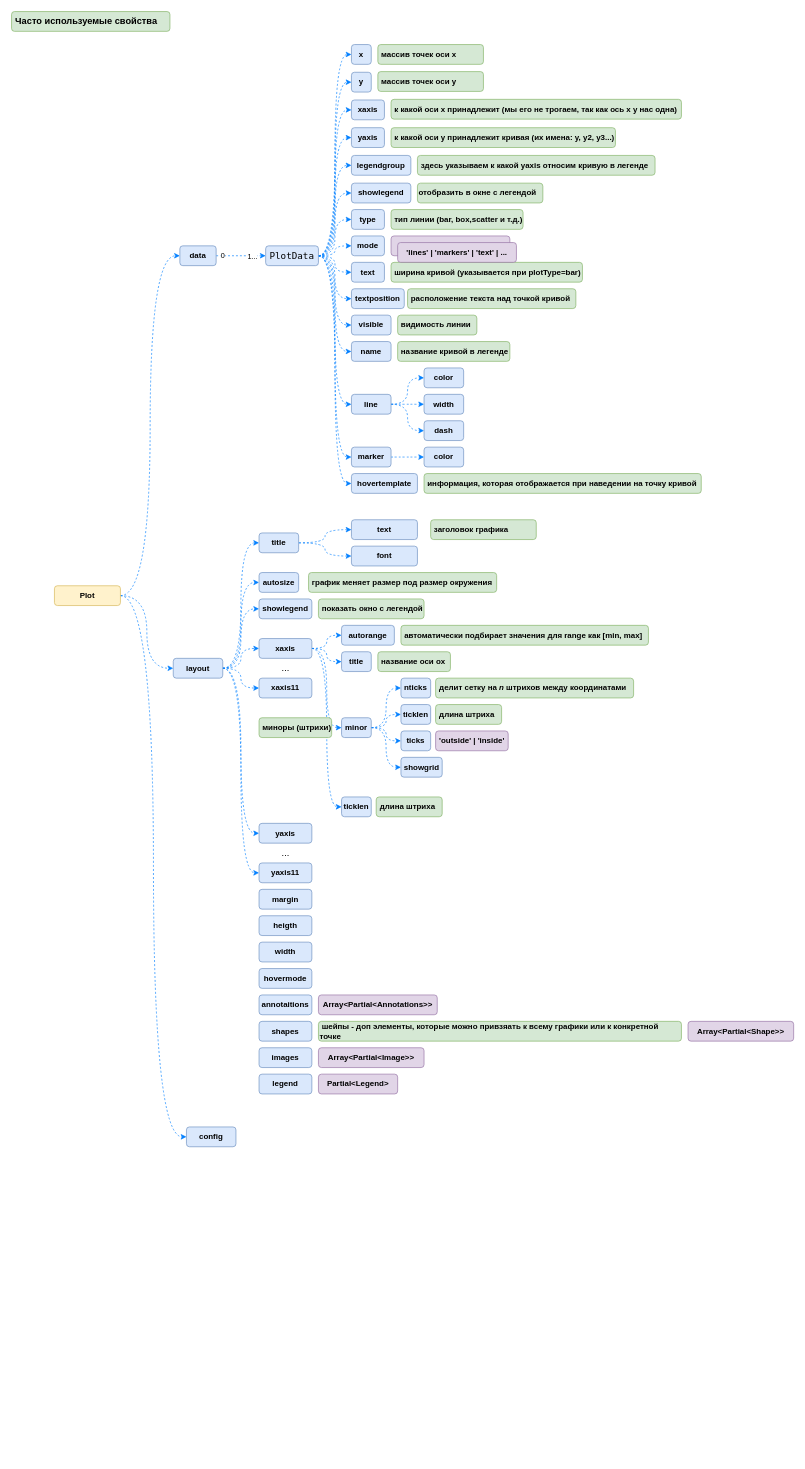
Before: Plotly.drawio in orlov-oleg-developer/asuter-UML, a draw.io diagram. Source tidied: cells renumbered, new cells numbered last; positions are measured from the earlier drawing's top-left corner, leaving out a move shared by most shapes. Both pictures are drawn from the tidied source at 66%, with x=0, y=0 at pixel (11, 11).
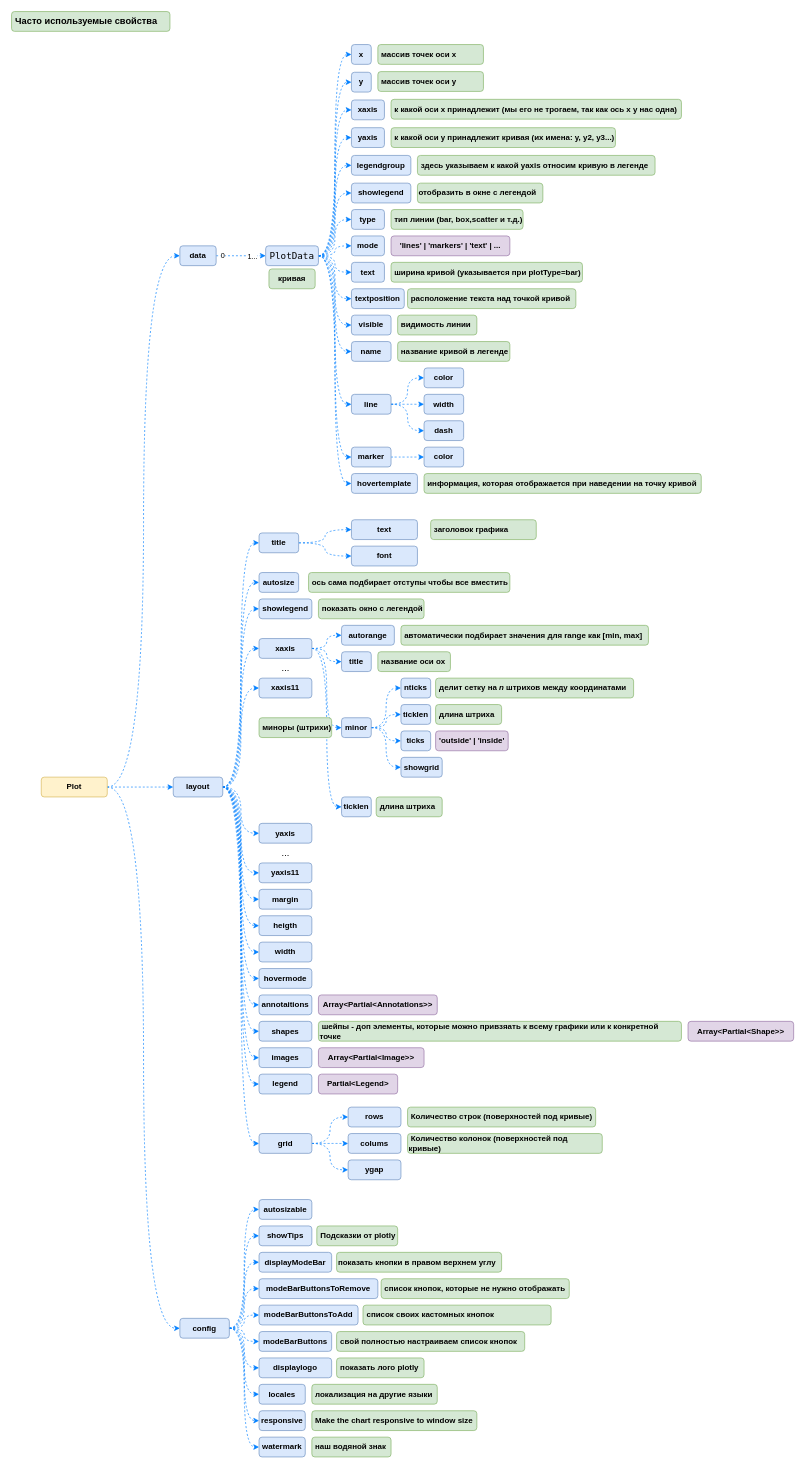
Above is the later version.

The change refers to these unchanged cells:
```xml
<mxCell id="112" value="margin" style="rounded=1;whiteSpace=wrap;html=1;fillColor=#dae8fc;strokeColor=#6c8ebf;fontStyle=1;" parent="1" vertex="1">
  <mxGeometry x="375" y="1330" width="80" height="30" as="geometry" />
</mxCell>
<mxCell id="113" value="heigth" style="rounded=1;whiteSpace=wrap;html=1;fillColor=#dae8fc;strokeColor=#6c8ebf;fontStyle=1;" parent="1" vertex="1">
  <mxGeometry x="375" y="1370" width="80" height="30" as="geometry" />
</mxCell>
<mxCell id="114" value="width" style="rounded=1;whiteSpace=wrap;html=1;fillColor=#dae8fc;strokeColor=#6c8ebf;fontStyle=1;" parent="1" vertex="1">
  <mxGeometry x="375" y="1410" width="80" height="30" as="geometry" />
</mxCell>
<mxCell id="115" value="hovermode" style="rounded=1;whiteSpace=wrap;html=1;fillColor=#dae8fc;strokeColor=#6c8ebf;fontStyle=1;" parent="1" vertex="1">
  <mxGeometry x="375" y="1450" width="80" height="30" as="geometry" />
</mxCell>
<mxCell id="116" value="shapes" style="rounded=1;whiteSpace=wrap;html=1;fillColor=#dae8fc;strokeColor=#6c8ebf;fontStyle=1;" parent="1" vertex="1">
  <mxGeometry x="375" y="1530" width="80" height="30" as="geometry" />
</mxCell>
<mxCell id="118" value="images" style="rounded=1;whiteSpace=wrap;html=1;fillColor=#dae8fc;strokeColor=#6c8ebf;fontStyle=1;" parent="1" vertex="1">
  <mxGeometry x="375" y="1570" width="80" height="30" as="geometry" />
</mxCell>
<mxCell id="119" value="legend" style="rounded=1;whiteSpace=wrap;html=1;fillColor=#dae8fc;strokeColor=#6c8ebf;fontStyle=1;" parent="1" vertex="1">
  <mxGeometry x="375" y="1610" width="80" height="30" as="geometry" />
</mxCell>
<mxCell id="120" value="annotaitions" style="rounded=1;whiteSpace=wrap;html=1;fillColor=#dae8fc;strokeColor=#6c8ebf;fontStyle=1;" parent="1" vertex="1">
  <mxGeometry x="375" y="1490" width="80" height="30" as="geometry" />
</mxCell>
```

Change to the diagram source:
```diff
@@
     <mxCell id="5" value="Plot" style="rounded=1;whiteSpace=wrap;html=1;fillColor=#fff2cc;strokeColor=#d6b656;fontStyle=1;" parent="1" vertex="1">
-      <mxGeometry x="65" y="870" width="100" height="30" as="geometry" />
+      <mxGeometry x="45" y="1160" width="100" height="30" as="geometry" />
     </mxCell>
@@
+    <mxCell id="125" style="edgeStyle=orthogonalEdgeStyle;shape=connector;curved=1;rounded=0;jettySize=auto;html=1;entryX=0;entryY=0.5;entryDx=0;entryDy=0;dashed=1;labelBackgroundColor=default;strokeColor=#007FFF;align=center;verticalAlign=middle;fontFamily=Helvetica;fontSize=11;fontColor=default;endArrow=classic;fillColor=#dae8fc;" parent="1" edge="1" source="17" target="112">
+      <mxGeometry relative="1" as="geometry" />
+    </mxCell>
+    <mxCell id="126" style="edgeStyle=orthogonalEdgeStyle;shape=connector;curved=1;rounded=0;jettySize=auto;html=1;entryX=0;entryY=0.5;entryDx=0;entryDy=0;dashed=1;labelBackgroundColor=default;strokeColor=#007FFF;align=center;verticalAlign=middle;fontFamily=Helvetica;fontSize=11;fontColor=default;endArrow=classic;fillColor=#dae8fc;" parent="1" edge="1" source="17" target="113">
+      <mxGeometry relative="1" as="geometry" />
+    </mxCell>
+    <mxCell id="127" style="edgeStyle=orthogonalEdgeStyle;shape=connector;curved=1;rounded=0;jettySize=auto;html=1;entryX=0;entryY=0.5;entryDx=0;entryDy=0;dashed=1;labelBackgroundColor=default;strokeColor=#007FFF;align=center;verticalAlign=middle;fontFamily=Helvetica;fontSize=11;fontColor=default;endArrow=classic;fillColor=#dae8fc;" parent="1" edge="1" source="17" target="114">
+      <mxGeometry relative="1" as="geometry" />
+    </mxCell>
+    <mxCell id="128" style="edgeStyle=orthogonalEdgeStyle;shape=connector;curved=1;rounded=0;jettySize=auto;html=1;entryX=0;entryY=0.5;entryDx=0;entryDy=0;dashed=1;labelBackgroundColor=default;strokeColor=#007FFF;align=center;verticalAlign=middle;fontFamily=Helvetica;fontSize=11;fontColor=default;endArrow=classic;fillColor=#dae8fc;" parent="1" edge="1" source="17" target="115">
+      <mxGeometry relative="1" as="geometry" />
+    </mxCell>
+    <mxCell id="129" style="edgeStyle=orthogonalEdgeStyle;shape=connector;curved=1;rounded=0;jettySize=auto;html=1;entryX=0;entryY=0.5;entryDx=0;entryDy=0;dashed=1;labelBackgroundColor=default;strokeColor=#007FFF;align=center;verticalAlign=middle;fontFamily=Helvetica;fontSize=11;fontColor=default;endArrow=classic;fillColor=#dae8fc;" parent="1" edge="1" source="17" target="120">
+      <mxGeometry relative="1" as="geometry" />
+    </mxCell>
+    <mxCell id="130" style="edgeStyle=orthogonalEdgeStyle;shape=connector;curved=1;rounded=0;jettySize=auto;html=1;entryX=0;entryY=0.5;entryDx=0;entryDy=0;dashed=1;labelBackgroundColor=default;strokeColor=#007FFF;align=center;verticalAlign=middle;fontFamily=Helvetica;fontSize=11;fontColor=default;endArrow=classic;fillColor=#dae8fc;" parent="1" edge="1" source="17" target="116">
+      <mxGeometry relative="1" as="geometry" />
+    </mxCell>
+    <mxCell id="131" style="edgeStyle=orthogonalEdgeStyle;shape=connector;curved=1;rounded=0;jettySize=auto;html=1;entryX=0;entryY=0.5;entryDx=0;entryDy=0;dashed=1;labelBackgroundColor=default;strokeColor=#007FFF;align=center;verticalAlign=middle;fontFamily=Helvetica;fontSize=11;fontColor=default;endArrow=classic;fillColor=#dae8fc;" parent="1" edge="1" source="17" target="118">
+      <mxGeometry relative="1" as="geometry" />
+    </mxCell>
+    <mxCell id="132" style="edgeStyle=orthogonalEdgeStyle;shape=connector;curved=1;rounded=0;jettySize=auto;html=1;entryX=0;entryY=0.5;entryDx=0;entryDy=0;dashed=1;labelBackgroundColor=default;strokeColor=#007FFF;align=center;verticalAlign=middle;fontFamily=Helvetica;fontSize=11;fontColor=default;endArrow=classic;fillColor=#dae8fc;" parent="1" edge="1" source="17" target="119">
+      <mxGeometry relative="1" as="geometry" />
+    </mxCell>
+    <mxCell id="133" style="edgeStyle=orthogonalEdgeStyle;shape=connector;curved=1;rounded=0;jettySize=auto;html=1;entryX=0;entryY=0.5;entryDx=0;entryDy=0;dashed=1;labelBackgroundColor=default;strokeColor=#007FFF;align=center;verticalAlign=middle;fontFamily=Helvetica;fontSize=11;fontColor=default;endArrow=classic;fillColor=#dae8fc;" parent="1" edge="1" source="17" target="148">
+      <mxGeometry relative="1" as="geometry" />
+    </mxCell>
     <mxCell id="17" value="layout" style="rounded=1;whiteSpace=wrap;html=1;fillColor=#dae8fc;strokeColor=#6c8ebf;fontStyle=1;" parent="1" vertex="1">
-      <mxGeometry x="245" y="980" width="75" height="30" as="geometry" />
+      <mxGeometry x="245" y="1160" width="75" height="30" as="geometry" />
     </mxCell>
+    <mxCell id="134" style="edgeStyle=orthogonalEdgeStyle;shape=connector;curved=1;rounded=0;jettySize=auto;html=1;entryX=0;entryY=0.5;entryDx=0;entryDy=0;dashed=1;labelBackgroundColor=default;strokeColor=#007FFF;align=center;verticalAlign=middle;fontFamily=Helvetica;fontSize=11;fontColor=default;endArrow=classic;fillColor=#dae8fc;" parent="1" edge="1" source="18" target="154">
+      <mxGeometry relative="1" as="geometry" />
+    </mxCell>
+    <mxCell id="135" style="edgeStyle=orthogonalEdgeStyle;shape=connector;curved=1;rounded=0;jettySize=auto;html=1;entryX=0;entryY=0.5;entryDx=0;entryDy=0;dashed=1;labelBackgroundColor=default;strokeColor=#007FFF;align=center;verticalAlign=middle;fontFamily=Helvetica;fontSize=11;fontColor=default;endArrow=classic;fillColor=#dae8fc;" parent="1" edge="1" source="18" target="155">
+      <mxGeometry relative="1" as="geometry" />
+    </mxCell>
+    <mxCell id="136" style="edgeStyle=orthogonalEdgeStyle;shape=connector;curved=1;rounded=0;jettySize=auto;html=1;entryX=0;entryY=0.5;entryDx=0;entryDy=0;dashed=1;labelBackgroundColor=default;strokeColor=#007FFF;align=center;verticalAlign=middle;fontFamily=Helvetica;fontSize=11;fontColor=default;endArrow=classic;fillColor=#dae8fc;" parent="1" edge="1" source="18" target="157">
+      <mxGeometry relative="1" as="geometry" />
+    </mxCell>
+    <mxCell id="137" style="edgeStyle=orthogonalEdgeStyle;shape=connector;curved=1;rounded=0;jettySize=auto;html=1;entryX=0;entryY=0.5;entryDx=0;entryDy=0;dashed=1;labelBackgroundColor=default;strokeColor=#007FFF;align=center;verticalAlign=middle;fontFamily=Helvetica;fontSize=11;fontColor=default;endArrow=classic;fillColor=#dae8fc;" parent="1" edge="1" source="18" target="159">
+      <mxGeometry relative="1" as="geometry" />
+    </mxCell>
+    <mxCell id="138" style="edgeStyle=orthogonalEdgeStyle;shape=connector;curved=1;rounded=0;jettySize=auto;html=1;entryX=0;entryY=0.5;entryDx=0;entryDy=0;dashed=1;labelBackgroundColor=default;strokeColor=#007FFF;align=center;verticalAlign=middle;fontFamily=Helvetica;fontSize=11;fontColor=default;endArrow=classic;fillColor=#dae8fc;" parent="1" edge="1" source="18" target="161">
+      <mxGeometry relative="1" as="geometry" />
+    </mxCell>
+    <mxCell id="139" style="edgeStyle=orthogonalEdgeStyle;shape=connector;curved=1;rounded=0;jettySize=auto;html=1;entryX=0;entryY=0.5;entryDx=0;entryDy=0;dashed=1;labelBackgroundColor=default;strokeColor=#007FFF;align=center;verticalAlign=middle;fontFamily=Helvetica;fontSize=11;fontColor=default;endArrow=classic;fillColor=#dae8fc;" parent="1" edge="1" source="18" target="163">
+      <mxGeometry relative="1" as="geometry" />
+    </mxCell>
+    <mxCell id="140" style="edgeStyle=orthogonalEdgeStyle;shape=connector;curved=1;rounded=0;jettySize=auto;html=1;entryX=0;entryY=0.5;entryDx=0;entryDy=0;dashed=1;labelBackgroundColor=default;strokeColor=#007FFF;align=center;verticalAlign=middle;fontFamily=Helvetica;fontSize=11;fontColor=default;endArrow=classic;fillColor=#dae8fc;" parent="1" edge="1" source="18" target="165">
+      <mxGeometry relative="1" as="geometry" />
+    </mxCell>
+    <mxCell id="141" style="edgeStyle=orthogonalEdgeStyle;shape=connector;curved=1;rounded=0;jettySize=auto;html=1;entryX=0;entryY=0.5;entryDx=0;entryDy=0;dashed=1;labelBackgroundColor=default;strokeColor=#007FFF;align=center;verticalAlign=middle;fontFamily=Helvetica;fontSize=11;fontColor=default;endArrow=classic;fillColor=#dae8fc;" parent="1" edge="1" source="18" target="167">
+      <mxGeometry relative="1" as="geometry" />
+    </mxCell>
+    <mxCell id="142" style="edgeStyle=orthogonalEdgeStyle;shape=connector;curved=1;rounded=0;jettySize=auto;html=1;entryX=0;entryY=0.5;entryDx=0;entryDy=0;dashed=1;labelBackgroundColor=default;strokeColor=#007FFF;align=center;verticalAlign=middle;fontFamily=Helvetica;fontSize=11;fontColor=default;endArrow=classic;fillColor=#dae8fc;" parent="1" edge="1" source="18" target="169">
+      <mxGeometry relative="1" as="geometry" />
+    </mxCell>
+    <mxCell id="143" style="edgeStyle=orthogonalEdgeStyle;shape=connector;curved=1;rounded=0;jettySize=auto;html=1;entryX=0;entryY=0.5;entryDx=0;entryDy=0;dashed=1;labelBackgroundColor=default;strokeColor=#007FFF;align=center;verticalAlign=middle;fontFamily=Helvetica;fontSize=11;fontColor=default;endArrow=classic;fillColor=#dae8fc;" parent="1" edge="1" source="18" target="171">
+      <mxGeometry relative="1" as="geometry" />
+    </mxCell>
     <mxCell id="18" value="config" style="rounded=1;whiteSpace=wrap;html=1;fillColor=#dae8fc;strokeColor=#6c8ebf;fontStyle=1;" parent="1" vertex="1">
-      <mxGeometry x="265" y="1690" width="75" height="30" as="geometry" />
+      <mxGeometry x="255" y="1980" width="75" height="30" as="geometry" />
     </mxCell>
@@
-    <mxCell id="79" value="&amp;nbsp;график меняет размер под размер окружения" style="whiteSpace=wrap;html=1;fillColor=#d5e8d4;strokeColor=#82b366;rounded=1;fontStyle=1;align=left;" parent="1" vertex="1">
-      <mxGeometry x="450" y="850" width="285" height="30" as="geometry" />
+    <mxCell id="79" value="&amp;nbsp;ось сама подбирает отступы чтобы все вместить" style="whiteSpace=wrap;html=1;fillColor=#d5e8d4;strokeColor=#82b366;rounded=1;fontStyle=1;align=left;" parent="1" vertex="1">
+      <mxGeometry x="450" y="850" width="305" height="30" as="geometry" />
     </mxCell>
@@
-    <mxCell id="102" value="'lines' | 'markers' | 'text' | ..." style="rounded=1;whiteSpace=wrap;html=1;fillColor=#e1d5e7;strokeColor=#9673a6;fontStyle=1;glass=0;shadow=0;" parent="1" vertex="1">
-      <mxGeometry x="585" y="350" width="180" height="30" as="geometry" />
-    </mxCell>
@@
+    <mxCell id="144" value="кривая" style="whiteSpace=wrap;html=1;fillColor=#d5e8d4;strokeColor=#82b366;rounded=1;fontStyle=1;align=center;" parent="1" vertex="1">
+      <mxGeometry x="390" y="390" width="70" height="30" as="geometry" />
+    </mxCell>
+    <mxCell id="145" style="edgeStyle=orthogonalEdgeStyle;shape=connector;curved=1;rounded=0;jettySize=auto;html=1;dashed=1;labelBackgroundColor=default;strokeColor=#007FFF;align=center;verticalAlign=middle;fontFamily=Helvetica;fontSize=11;fontColor=default;endArrow=classic;fillColor=#dae8fc;entryX=0;entryY=0.5;entryDx=0;entryDy=0;" parent="1" edge="1" source="148" target="149">
+      <mxGeometry relative="1" as="geometry" />
+    </mxCell>
+    <mxCell id="146" style="edgeStyle=orthogonalEdgeStyle;shape=connector;curved=1;rounded=0;jettySize=auto;html=1;entryX=0;entryY=0.5;entryDx=0;entryDy=0;dashed=1;labelBackgroundColor=default;strokeColor=#007FFF;align=center;verticalAlign=middle;fontFamily=Helvetica;fontSize=11;fontColor=default;endArrow=classic;fillColor=#dae8fc;" parent="1" edge="1" source="148" target="150">
+      <mxGeometry relative="1" as="geometry" />
+    </mxCell>
+    <mxCell id="147" style="edgeStyle=orthogonalEdgeStyle;shape=connector;curved=1;rounded=0;jettySize=auto;html=1;entryX=0;entryY=0.5;entryDx=0;entryDy=0;dashed=1;labelBackgroundColor=default;strokeColor=#007FFF;align=center;verticalAlign=middle;fontFamily=Helvetica;fontSize=11;fontColor=default;endArrow=classic;fillColor=#dae8fc;" parent="1" edge="1" source="148" target="153">
+      <mxGeometry relative="1" as="geometry" />
+    </mxCell>
+    <mxCell id="148" value="grid" style="rounded=1;whiteSpace=wrap;html=1;fillColor=#dae8fc;strokeColor=#6c8ebf;fontStyle=1;" parent="1" vertex="1">
+      <mxGeometry x="375" y="1700" width="80" height="30" as="geometry" />
+    </mxCell>
+    <mxCell id="149" value="rows" style="rounded=1;whiteSpace=wrap;html=1;fillColor=#dae8fc;strokeColor=#6c8ebf;fontStyle=1;" parent="1" vertex="1">
+      <mxGeometry x="510" y="1660" width="80" height="30" as="geometry" />
+    </mxCell>
+    <mxCell id="150" value="colums" style="rounded=1;whiteSpace=wrap;html=1;fillColor=#dae8fc;strokeColor=#6c8ebf;fontStyle=1;" parent="1" vertex="1">
+      <mxGeometry x="510" y="1700" width="80" height="30" as="geometry" />
+    </mxCell>
+    <mxCell id="151" value="&amp;nbsp;Количество строк (поверхностей под кривые)" style="whiteSpace=wrap;html=1;fillColor=#d5e8d4;strokeColor=#82b366;rounded=1;fontStyle=1;align=left;" parent="1" vertex="1">
+      <mxGeometry x="600" y="1660" width="285" height="30" as="geometry" />
+    </mxCell>
+    <mxCell id="152" value="&amp;nbsp;Количество колонок (поверхностей под кривые)" style="whiteSpace=wrap;html=1;fillColor=#d5e8d4;strokeColor=#82b366;rounded=1;fontStyle=1;align=left;" parent="1" vertex="1">
+      <mxGeometry x="600" y="1700" width="295" height="30" as="geometry" />
+    </mxCell>
+    <mxCell id="153" value="ygap" style="rounded=1;whiteSpace=wrap;html=1;fillColor=#dae8fc;strokeColor=#6c8ebf;fontStyle=1;" parent="1" vertex="1">
+      <mxGeometry x="510" y="1740" width="80" height="30" as="geometry" />
+    </mxCell>
+    <mxCell id="154" value="autosizable" style="rounded=1;whiteSpace=wrap;html=1;fillColor=#dae8fc;strokeColor=#6c8ebf;fontStyle=1;" parent="1" vertex="1">
+      <mxGeometry x="375" y="1800" width="80" height="30" as="geometry" />
+    </mxCell>
+    <mxCell id="155" value="showTips" style="rounded=1;whiteSpace=wrap;html=1;fillColor=#dae8fc;strokeColor=#6c8ebf;fontStyle=1;" parent="1" vertex="1">
+      <mxGeometry x="375" y="1840" width="80" height="30" as="geometry" />
+    </mxCell>
+    <mxCell id="156" value="&amp;nbsp;Подсказки от plotly" style="whiteSpace=wrap;html=1;fillColor=#d5e8d4;strokeColor=#82b366;rounded=1;fontStyle=1;align=left;" parent="1" vertex="1">
+      <mxGeometry x="462.5" y="1840" width="122.5" height="30" as="geometry" />
+    </mxCell>
+    <mxCell id="157" value="displayModeBar" style="rounded=1;whiteSpace=wrap;html=1;fillColor=#dae8fc;strokeColor=#6c8ebf;fontStyle=1;" parent="1" vertex="1">
+      <mxGeometry x="375" y="1880" width="110" height="30" as="geometry" />
+    </mxCell>
+    <mxCell id="158" value="показать кнопки в правом верхнем углу" style="whiteSpace=wrap;html=1;fillColor=#d5e8d4;strokeColor=#82b366;rounded=1;fontStyle=1;align=left;" parent="1" vertex="1">
+      <mxGeometry x="492.5" y="1880" width="250" height="30" as="geometry" />
+    </mxCell>
+    <mxCell id="159" value="modeBarButtonsToRemove" style="rounded=1;whiteSpace=wrap;html=1;fillColor=#dae8fc;strokeColor=#6c8ebf;fontStyle=1;" parent="1" vertex="1">
+      <mxGeometry x="375" y="1920" width="180" height="30" as="geometry" />
+    </mxCell>
+    <mxCell id="160" value="&amp;nbsp;список кнопок, которые не нужно отображать" style="whiteSpace=wrap;html=1;fillColor=#d5e8d4;strokeColor=#82b366;rounded=1;fontStyle=1;align=left;" parent="1" vertex="1">
+      <mxGeometry x="560" y="1920" width="285" height="30" as="geometry" />
+    </mxCell>
+    <mxCell id="161" value="modeBarButtonsToAdd" style="rounded=1;whiteSpace=wrap;html=1;fillColor=#dae8fc;strokeColor=#6c8ebf;fontStyle=1;" parent="1" vertex="1">
+      <mxGeometry x="375" y="1960" width="150" height="30" as="geometry" />
+    </mxCell>
+    <mxCell id="162" value="&amp;nbsp;список своих кастомных кнопок" style="whiteSpace=wrap;html=1;fillColor=#d5e8d4;strokeColor=#82b366;rounded=1;fontStyle=1;align=left;" parent="1" vertex="1">
+      <mxGeometry x="532.5" y="1960" width="285" height="30" as="geometry" />
+    </mxCell>
+    <mxCell id="163" value="modeBarButtons" style="rounded=1;whiteSpace=wrap;html=1;fillColor=#dae8fc;strokeColor=#6c8ebf;fontStyle=1;" parent="1" vertex="1">
+      <mxGeometry x="375" y="2000" width="110" height="30" as="geometry" />
+    </mxCell>
+    <mxCell id="164" value="&amp;nbsp;свой полностью настраиваем список кнопок" style="whiteSpace=wrap;html=1;fillColor=#d5e8d4;strokeColor=#82b366;rounded=1;fontStyle=1;align=left;" parent="1" vertex="1">
+      <mxGeometry x="492.5" y="2000" width="285" height="30" as="geometry" />
+    </mxCell>
+    <mxCell id="165" value="displaylogo" style="rounded=1;whiteSpace=wrap;html=1;fillColor=#dae8fc;strokeColor=#6c8ebf;fontStyle=1;" parent="1" vertex="1">
+      <mxGeometry x="375" y="2040" width="110" height="30" as="geometry" />
+    </mxCell>
+    <mxCell id="166" value="&amp;nbsp;показать лого plotly" style="whiteSpace=wrap;html=1;fillColor=#d5e8d4;strokeColor=#82b366;rounded=1;fontStyle=1;align=left;" parent="1" vertex="1">
+      <mxGeometry x="492.5" y="2040" width="132.5" height="30" as="geometry" />
+    </mxCell>
+    <mxCell id="167" value="locales" style="rounded=1;whiteSpace=wrap;html=1;fillColor=#dae8fc;strokeColor=#6c8ebf;fontStyle=1;" parent="1" vertex="1">
+      <mxGeometry x="375" y="2080" width="70" height="30" as="geometry" />
+    </mxCell>
+    <mxCell id="168" value="&amp;nbsp;локализация на другие языки" style="whiteSpace=wrap;html=1;fillColor=#d5e8d4;strokeColor=#82b366;rounded=1;fontStyle=1;align=left;" parent="1" vertex="1">
+      <mxGeometry x="455" y="2080" width="190" height="30" as="geometry" />
+    </mxCell>
+    <mxCell id="169" value="responsive" style="rounded=1;whiteSpace=wrap;html=1;fillColor=#dae8fc;strokeColor=#6c8ebf;fontStyle=1;" parent="1" vertex="1">
+      <mxGeometry x="375" y="2120" width="70" height="30" as="geometry" />
+    </mxCell>
+    <mxCell id="170" value="&amp;nbsp;Make the chart responsive to window size" style="whiteSpace=wrap;html=1;fillColor=#d5e8d4;strokeColor=#82b366;rounded=1;fontStyle=1;align=left;" parent="1" vertex="1">
+      <mxGeometry x="455" y="2120" width="250" height="30" as="geometry" />
+    </mxCell>
+    <mxCell id="171" value="watermark" style="rounded=1;whiteSpace=wrap;html=1;fillColor=#dae8fc;strokeColor=#6c8ebf;fontStyle=1;" parent="1" vertex="1">
+      <mxGeometry x="375" y="2160" width="70" height="30" as="geometry" />
+    </mxCell>
+    <mxCell id="172" value="&amp;nbsp;наш водяной знак" style="whiteSpace=wrap;html=1;fillColor=#d5e8d4;strokeColor=#82b366;rounded=1;fontStyle=1;align=left;" parent="1" vertex="1">
+      <mxGeometry x="455" y="2160" width="120" height="30" as="geometry" />
+    </mxCell>
```
